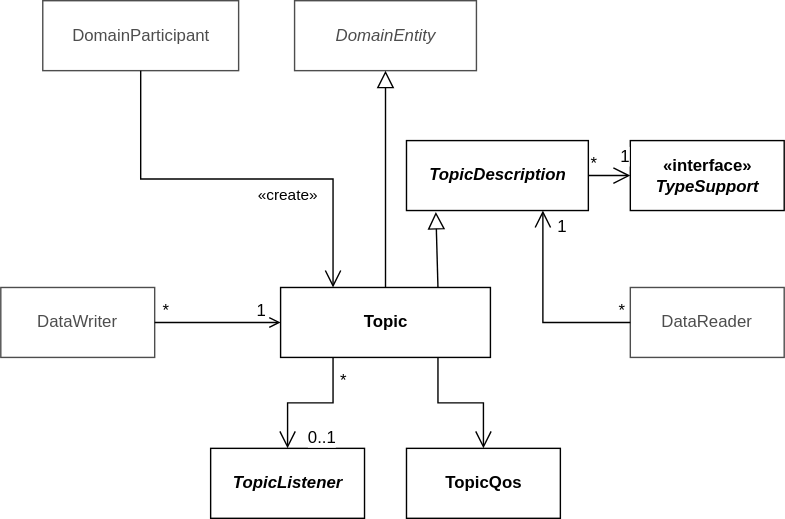
eProsima/Fast-DDS-docs keeps this draw.io diagram as docs/01-figures/topic_class_diagram.svg. Above is the earlier version. Source tidied: cells renumbered, new cells last; positions are measured from the earlier drawing's top-left corner, leaving out a move shared by most shapes. Its diagram source:
```xml
<mxGraphModel>
  <root>
    <mxCell id="0" />
    <mxCell id="1" parent="0" />
    <mxCell id="2" style="endArrow=block;endSize=10;endFill=0;shadow=0;strokeWidth=1;rounded=0;elbow=vertical;exitX=0.75;exitY=0;exitDx=0;exitDy=0;" parent="1" edge="1" source="4">
      <mxGeometry relative="1" as="geometry">
        <mxPoint x="311" y="151" as="targetPoint" />
      </mxGeometry>
    </mxCell>
    <mxCell id="3" value="&lt;i&gt;TopicDescription&lt;/i&gt;" style="html=1;fontStyle=1;" parent="1" vertex="1">
      <mxGeometry x="290" y="100" width="130" height="50" as="geometry" />
    </mxCell>
    <mxCell id="4" value="Topic" style="html=1;fontStyle=1;" parent="1" vertex="1">
      <mxGeometry x="200" y="205" width="150" height="50" as="geometry" />
    </mxCell>
    <mxCell id="5" value="&lt;i&gt;DomainEntity&lt;/i&gt;" style="html=1;fontStyle=0;strokeColor=#4D4D4D;fontColor=#4D4D4D;" parent="1" vertex="1">
      <mxGeometry x="210" width="130" height="50" as="geometry" />
    </mxCell>
    <mxCell id="6" value="DomainParticipant" style="html=1;strokeColor=#4D4D4D;fontColor=#4D4D4D;" parent="1" vertex="1">
      <mxGeometry x="30" width="140" height="50" as="geometry" />
    </mxCell>
    <mxCell id="7" value="DataReader" style="rounded=0;whiteSpace=wrap;html=1;strokeColor=#4D4D4D;fontColor=#4D4D4D;" parent="1" vertex="1">
      <mxGeometry x="450" y="205" width="110" height="50" as="geometry" />
    </mxCell>
    <mxCell id="8" value="DataWriter" style="rounded=0;whiteSpace=wrap;html=1;fontColor=#4D4D4D;strokeColor=#4D4D4D;" parent="1" vertex="1">
      <mxGeometry y="205" width="110" height="50" as="geometry" />
    </mxCell>
    <mxCell id="9" value="«interface»&lt;br&gt;&lt;i&gt;TypeSupport&lt;/i&gt;" style="html=1;fontStyle=1;" parent="1" vertex="1">
      <mxGeometry x="450" y="100" width="110" height="50" as="geometry" />
    </mxCell>
    <mxCell id="10" value="TopicQos" style="html=1;fontStyle=1;" parent="1" vertex="1">
      <mxGeometry x="290" y="320" width="110" height="50" as="geometry" />
    </mxCell>
    <mxCell id="11" value="&lt;i&gt;TopicListener&lt;/i&gt;" style="html=1;fontStyle=1;" parent="1" vertex="1">
      <mxGeometry x="150" y="320" width="110" height="50" as="geometry" />
    </mxCell>
    <mxCell id="12" style="endArrow=block;endSize=10;endFill=0;shadow=0;strokeWidth=1;rounded=0;edgeStyle=elbowEdgeStyle;elbow=vertical;entryX=0.5;entryY=1;entryDx=0;entryDy=0;exitX=0.5;exitY=0;exitDx=0;exitDy=0;" parent="1" edge="1" source="4" target="5">
      <mxGeometry relative="1" as="geometry" />
    </mxCell>
    <mxCell id="13" value="«create»" style="html=1;verticalAlign=bottom;endArrow=open;exitX=0.5;exitY=1;exitDx=0;exitDy=0;endFill=0;edgeStyle=orthogonalEdgeStyle;rounded=0;entryX=0.25;entryY=0;entryDx=0;entryDy=0;endSize=10;" parent="1" edge="1" source="6" target="4">
      <mxGeometry x="0.61" y="-33" relative="1" as="geometry" />
    </mxCell>
    <mxCell id="14" style="endArrow=open;endSize=10;endFill=0;shadow=0;strokeWidth=1;rounded=0;edgeStyle=orthogonalEdgeStyle;elbow=vertical;entryX=0.5;entryY=0;entryDx=0;entryDy=0;exitX=0.75;exitY=1;exitDx=0;exitDy=0;" parent="1" edge="1" source="4" target="10">
      <mxGeometry relative="1" as="geometry" />
    </mxCell>
    <mxCell id="15" style="endArrow=open;html=1;strokeColor=#000000;rounded=0;exitX=0.25;exitY=1;exitDx=0;exitDy=0;endFill=0;edgeStyle=orthogonalEdgeStyle;endSize=10;" parent="1" edge="1" source="4" target="11">
      <mxGeometry relative="1" as="geometry" />
    </mxCell>
    <mxCell id="16" value="*" style="html=1;align=left;verticalAlign=bottom;labelBackgroundColor=#ffffff;fontSize=12;" parent="15" vertex="1">
      <mxGeometry x="-1" relative="1" as="geometry">
        <mxPoint x="3.5" y="25" as="offset" />
      </mxGeometry>
    </mxCell>
    <mxCell id="17" value="0..1" style="html=1;align=right;verticalAlign=bottom;labelBackgroundColor=#ffffff;fontSize=12;" parent="15" vertex="1">
      <mxGeometry x="1" relative="1" as="geometry">
        <mxPoint x="35" as="offset" />
      </mxGeometry>
    </mxCell>
    <mxCell id="18" style="endArrow=open;html=1;strokeColor=#000000;rounded=0;exitX=1;exitY=0.5;exitDx=0;exitDy=0;endFill=0;" parent="1" edge="1" source="8">
      <mxGeometry relative="1" as="geometry">
        <mxPoint x="200" y="230" as="targetPoint" />
      </mxGeometry>
    </mxCell>
    <mxCell id="19" value="*" style="html=1;align=left;verticalAlign=bottom;labelBackgroundColor=#ffffff;fontSize=12;" parent="18" vertex="1">
      <mxGeometry x="-1" relative="1" as="geometry">
        <mxPoint x="3.5" as="offset" />
      </mxGeometry>
    </mxCell>
    <mxCell id="20" value="1" style="html=1;align=right;verticalAlign=bottom;labelBackgroundColor=#ffffff;fontSize=12;" parent="18" vertex="1">
      <mxGeometry x="1" relative="1" as="geometry">
        <mxPoint x="-10" as="offset" />
      </mxGeometry>
    </mxCell>
    <mxCell id="21" style="endArrow=open;html=1;strokeColor=#000000;rounded=0;exitX=0;exitY=0.5;exitDx=0;exitDy=0;endFill=0;entryX=0.75;entryY=1;entryDx=0;entryDy=0;edgeStyle=orthogonalEdgeStyle;elbow=vertical;endSize=10;" parent="1" edge="1" source="7" target="3">
      <mxGeometry relative="1" as="geometry" />
    </mxCell>
    <mxCell id="22" value="*" style="html=1;align=left;verticalAlign=bottom;labelBackgroundColor=#ffffff;fontSize=12;" parent="21" vertex="1">
      <mxGeometry x="-1" relative="1" as="geometry">
        <mxPoint x="-10" as="offset" />
      </mxGeometry>
    </mxCell>
    <mxCell id="23" value="1" style="html=1;align=right;verticalAlign=bottom;labelBackgroundColor=#ffffff;fontSize=12;" parent="21" vertex="1">
      <mxGeometry x="1" relative="1" as="geometry">
        <mxPoint x="17.5" y="20" as="offset" />
      </mxGeometry>
    </mxCell>
    <mxCell id="24" style="endArrow=open;html=1;strokeColor=#000000;rounded=0;exitX=1;exitY=0.5;exitDx=0;exitDy=0;endFill=0;entryX=0;entryY=0.5;entryDx=0;entryDy=0;endSize=10;" parent="1" edge="1" source="3" target="9">
      <mxGeometry relative="1" as="geometry" />
    </mxCell>
    <mxCell id="25" value="*" style="html=1;align=left;verticalAlign=bottom;labelBackgroundColor=#ffffff;fontSize=12;" parent="24" vertex="1">
      <mxGeometry x="-1" relative="1" as="geometry" />
    </mxCell>
    <mxCell id="26" value="1" style="html=1;align=right;verticalAlign=bottom;labelBackgroundColor=#ffffff;fontSize=12;" parent="24" vertex="1">
      <mxGeometry x="1" relative="1" as="geometry">
        <mxPoint y="-5" as="offset" />
      </mxGeometry>
    </mxCell>
  </root>
</mxGraphModel>
```
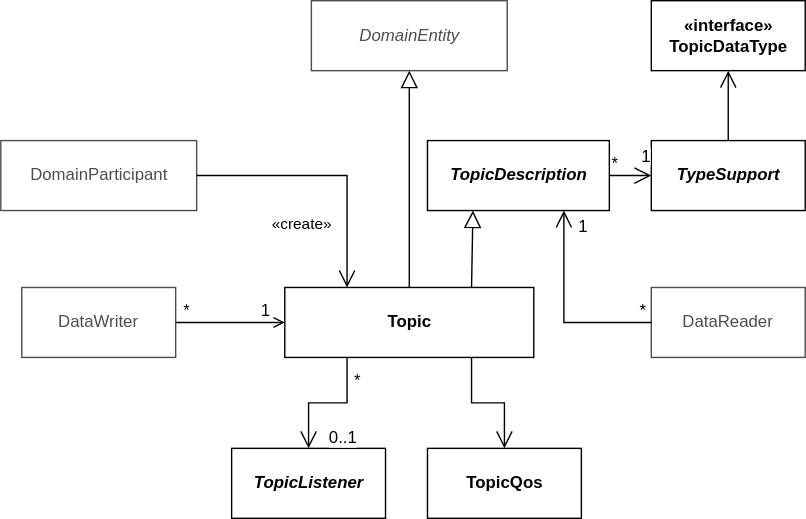
Later version of the same file.

Commit message:
Refs 8363. Modified class diagram

Change to the diagram source:
```diff
@@ -2,22 +2,20 @@
   <root>
     <mxCell id="0" />
     <mxCell id="1" parent="0" />
-    <mxCell id="2" style="endArrow=block;endSize=10;endFill=0;shadow=0;strokeWidth=1;rounded=0;elbow=vertical;exitX=0.75;exitY=0;exitDx=0;exitDy=0;" parent="1" edge="1" source="4">
-      <mxGeometry relative="1" as="geometry">
-        <mxPoint x="311" y="151" as="targetPoint" />
-      </mxGeometry>
+    <mxCell id="2" style="endArrow=block;endSize=10;endFill=0;shadow=0;strokeWidth=1;rounded=0;elbow=vertical;exitX=0.75;exitY=0;exitDx=0;exitDy=0;entryX=0.25;entryY=1;entryDx=0;entryDy=0;" parent="1" edge="1" source="4" target="3">
+      <mxGeometry relative="1" as="geometry" />
     </mxCell>
     <mxCell id="3" value="&lt;i&gt;TopicDescription&lt;/i&gt;" style="html=1;fontStyle=1;" parent="1" vertex="1">
       <mxGeometry x="290" y="100" width="130" height="50" as="geometry" />
     </mxCell>
     <mxCell id="4" value="Topic" style="html=1;fontStyle=1;" parent="1" vertex="1">
-      <mxGeometry x="200" y="205" width="150" height="50" as="geometry" />
+      <mxGeometry x="188" y="205" width="178" height="50" as="geometry" />
     </mxCell>
     <mxCell id="5" value="&lt;i&gt;DomainEntity&lt;/i&gt;" style="html=1;fontStyle=0;strokeColor=#4D4D4D;fontColor=#4D4D4D;" parent="1" vertex="1">
-      <mxGeometry x="210" width="130" height="50" as="geometry" />
+      <mxGeometry x="207" width="140" height="50" as="geometry" />
     </mxCell>
     <mxCell id="6" value="DomainParticipant" style="html=1;strokeColor=#4D4D4D;fontColor=#4D4D4D;" parent="1" vertex="1">
-      <mxGeometry x="30" width="140" height="50" as="geometry" />
+      <mxGeometry x="-15" y="100" width="140" height="50" as="geometry" />
     </mxCell>
     <mxCell id="7" value="DataReader" style="rounded=0;whiteSpace=wrap;html=1;strokeColor=#4D4D4D;fontColor=#4D4D4D;" parent="1" vertex="1">
       <mxGeometry x="450" y="205" width="110" height="50" as="geometry" />
@@ -25,7 +23,7 @@
     <mxCell id="8" value="DataWriter" style="rounded=0;whiteSpace=wrap;html=1;fontColor=#4D4D4D;strokeColor=#4D4D4D;" parent="1" vertex="1">
       <mxGeometry y="205" width="110" height="50" as="geometry" />
     </mxCell>
-    <mxCell id="9" value="«interface»&lt;br&gt;&lt;i&gt;TypeSupport&lt;/i&gt;" style="html=1;fontStyle=1;" parent="1" vertex="1">
+    <mxCell id="9" value="&lt;i&gt;TypeSupport&lt;/i&gt;" style="html=1;fontStyle=1;" parent="1" vertex="1">
       <mxGeometry x="450" y="100" width="110" height="50" as="geometry" />
     </mxCell>
     <mxCell id="10" value="TopicQos" style="html=1;fontStyle=1;" parent="1" vertex="1">
@@ -34,10 +32,10 @@
     <mxCell id="11" value="&lt;i&gt;TopicListener&lt;/i&gt;" style="html=1;fontStyle=1;" parent="1" vertex="1">
       <mxGeometry x="150" y="320" width="110" height="50" as="geometry" />
     </mxCell>
-    <mxCell id="12" style="endArrow=block;endSize=10;endFill=0;shadow=0;strokeWidth=1;rounded=0;edgeStyle=elbowEdgeStyle;elbow=vertical;entryX=0.5;entryY=1;entryDx=0;entryDy=0;exitX=0.5;exitY=0;exitDx=0;exitDy=0;" parent="1" edge="1" source="4" target="5">
+    <mxCell id="12" style="endArrow=block;endSize=10;endFill=0;shadow=0;strokeWidth=1;rounded=0;elbow=vertical;entryX=0.5;entryY=1;entryDx=0;entryDy=0;exitX=0.5;exitY=0;exitDx=0;exitDy=0;" parent="1" edge="1" source="4" target="5">
       <mxGeometry relative="1" as="geometry" />
     </mxCell>
-    <mxCell id="13" value="«create»" style="html=1;verticalAlign=bottom;endArrow=open;exitX=0.5;exitY=1;exitDx=0;exitDy=0;endFill=0;edgeStyle=orthogonalEdgeStyle;rounded=0;entryX=0.25;entryY=0;entryDx=0;entryDy=0;endSize=10;" parent="1" edge="1" source="6" target="4">
+    <mxCell id="13" value="«create»" style="html=1;verticalAlign=bottom;endArrow=open;exitX=1;exitY=0.5;exitDx=0;exitDy=0;endFill=0;edgeStyle=orthogonalEdgeStyle;rounded=0;entryX=0.25;entryY=0;entryDx=0;entryDy=0;endSize=10;" parent="1" edge="1" source="6" target="4">
       <mxGeometry x="0.61" y="-33" relative="1" as="geometry" />
     </mxCell>
     <mxCell id="14" style="endArrow=open;endSize=10;endFill=0;shadow=0;strokeWidth=1;rounded=0;edgeStyle=orthogonalEdgeStyle;elbow=vertical;entryX=0.5;entryY=0;entryDx=0;entryDy=0;exitX=0.75;exitY=1;exitDx=0;exitDy=0;" parent="1" edge="1" source="4" target="10">
@@ -56,10 +54,8 @@
         <mxPoint x="35" as="offset" />
       </mxGeometry>
     </mxCell>
-    <mxCell id="18" style="endArrow=open;html=1;strokeColor=#000000;rounded=0;exitX=1;exitY=0.5;exitDx=0;exitDy=0;endFill=0;" parent="1" edge="1" source="8">
-      <mxGeometry relative="1" as="geometry">
-        <mxPoint x="200" y="230" as="targetPoint" />
-      </mxGeometry>
+    <mxCell id="18" style="endArrow=open;html=1;strokeColor=#000000;rounded=0;exitX=1;exitY=0.5;exitDx=0;exitDy=0;endFill=0;entryX=0;entryY=0.5;entryDx=0;entryDy=0;" parent="1" edge="1" source="8" target="4">
+      <mxGeometry relative="1" as="geometry" />
     </mxCell>
     <mxCell id="19" value="*" style="html=1;align=left;verticalAlign=bottom;labelBackgroundColor=#ffffff;fontSize=12;" parent="18" vertex="1">
       <mxGeometry x="-1" relative="1" as="geometry">
@@ -95,5 +91,11 @@
         <mxPoint y="-5" as="offset" />
       </mxGeometry>
     </mxCell>
+    <mxCell id="27" value="«interface»&lt;br&gt;TopicDataType" style="html=1;fontStyle=1;" parent="1" vertex="1">
+      <mxGeometry x="450" width="110" height="50" as="geometry" />
+    </mxCell>
+    <mxCell id="28" style="endArrow=open;endSize=10;endFill=0;shadow=0;strokeWidth=1;rounded=0;elbow=vertical;exitX=0.5;exitY=0;exitDx=0;exitDy=0;entryX=0.5;entryY=1;entryDx=0;entryDy=0;" parent="1" edge="1" source="9" target="27">
+      <mxGeometry relative="1" as="geometry" />
+    </mxCell>
   </root>
 </mxGraphModel>
```
